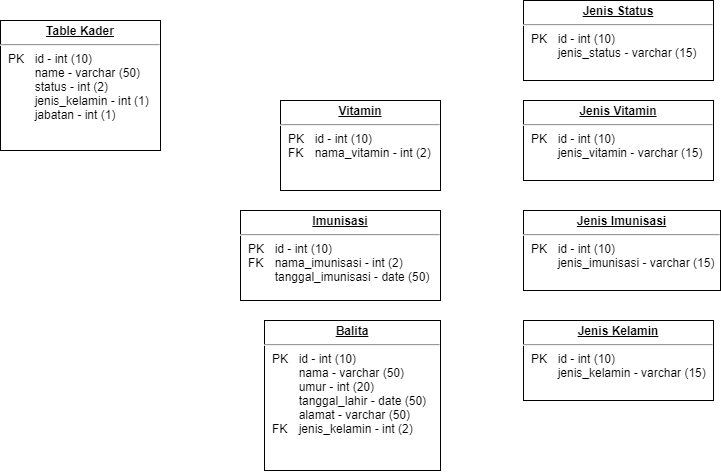
This is Untitled Diagram.png from danangsptro/SI_POSYANDU, a draw.io export, as it was before one commit. Source tidied: cells renumbered, new cells last; positions are measured from the earlier drawing's top-left corner, leaving out a move shared by most shapes.
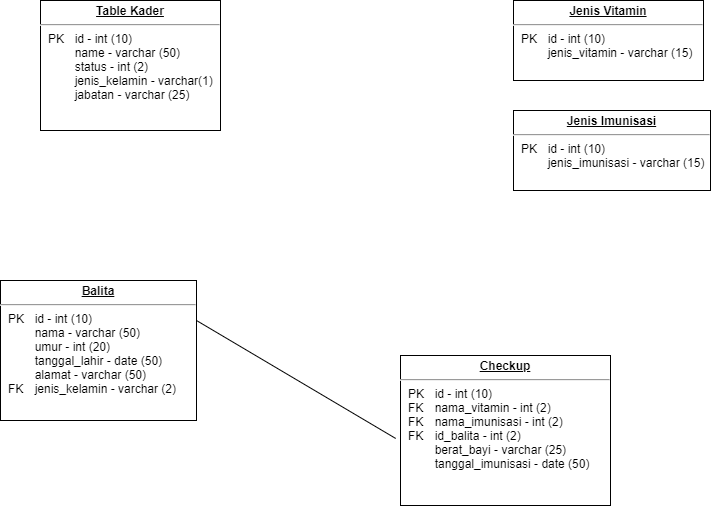
After the change.

Change to the diagram source:
```diff
@@ -2,29 +2,25 @@
   <root>
     <mxCell id="0" />
     <mxCell id="1" parent="0" />
-    <mxCell id="2" value="&lt;p style=&quot;margin: 0px ; margin-top: 4px ; text-align: center ; text-decoration: underline&quot;&gt;&lt;b&gt;Table Kader&lt;/b&gt;&lt;/p&gt;&lt;hr&gt;&lt;p style=&quot;margin: 0px ; margin-left: 8px&quot;&gt;PK&lt;span style=&quot;white-space: pre&quot;&gt;&#9;&lt;/span&gt;id - int (10)&lt;/p&gt;&lt;p style=&quot;margin: 0px ; margin-left: 8px&quot;&gt;&lt;span style=&quot;white-space: pre&quot;&gt;&#9;&lt;/span&gt;name - varchar (50)&lt;/p&gt;&lt;p style=&quot;margin: 0px ; margin-left: 8px&quot;&gt;&lt;span style=&quot;white-space: pre&quot;&gt;&#9;&lt;/span&gt;status - int (2)&lt;br&gt;&lt;/p&gt;&lt;p style=&quot;margin: 0px ; margin-left: 8px&quot;&gt;&lt;span style=&quot;white-space: pre&quot;&gt;&#9;&lt;/span&gt;jenis_kelamin - int (1)&lt;br&gt;&lt;/p&gt;&lt;p style=&quot;margin: 0px ; margin-left: 8px&quot;&gt;&lt;span style=&quot;white-space: pre&quot;&gt;&#9;&lt;/span&gt;jabatan - int (1)&lt;br&gt;&lt;/p&gt;&lt;p style=&quot;margin: 0px ; margin-left: 8px&quot;&gt;&lt;span style=&quot;white-space: pre&quot;&gt;&#9;&lt;/span&gt;&lt;br&gt;&lt;/p&gt;&lt;p style=&quot;margin: 0px ; margin-left: 8px&quot;&gt;&lt;span style=&quot;white-space: pre&quot;&gt;&#9;&lt;/span&gt;&lt;br&gt;&lt;/p&gt;" style="verticalAlign=top;align=left;overflow=fill;fontSize=12;fontFamily=Helvetica;html=1;" parent="1" vertex="1">
-      <mxGeometry y="20" width="160" height="130" as="geometry" />
+    <mxCell id="2" value="&lt;p style=&quot;margin: 0px ; margin-top: 4px ; text-align: center ; text-decoration: underline&quot;&gt;&lt;b&gt;Table Kader&lt;/b&gt;&lt;/p&gt;&lt;hr&gt;&lt;p style=&quot;margin: 0px ; margin-left: 8px&quot;&gt;PK&lt;span style=&quot;white-space: pre&quot;&gt;&#9;&lt;/span&gt;id - int (10)&lt;/p&gt;&lt;p style=&quot;margin: 0px ; margin-left: 8px&quot;&gt;&lt;span style=&quot;white-space: pre&quot;&gt;&#9;&lt;/span&gt;name - varchar (50)&lt;/p&gt;&lt;p style=&quot;margin: 0px ; margin-left: 8px&quot;&gt;&lt;span style=&quot;white-space: pre&quot;&gt;&#9;&lt;/span&gt;status - int (2)&lt;br&gt;&lt;/p&gt;&lt;p style=&quot;margin: 0px ; margin-left: 8px&quot;&gt;&lt;span style=&quot;white-space: pre&quot;&gt;&#9;&lt;/span&gt;jenis_kelamin - varchar(1)&lt;br&gt;&lt;/p&gt;&lt;p style=&quot;margin: 0px ; margin-left: 8px&quot;&gt;&lt;span style=&quot;white-space: pre&quot;&gt;&#9;&lt;/span&gt;jabatan - varchar (25)&lt;br&gt;&lt;/p&gt;&lt;p style=&quot;margin: 0px ; margin-left: 8px&quot;&gt;&lt;span style=&quot;white-space: pre&quot;&gt;&#9;&lt;/span&gt;&lt;br&gt;&lt;/p&gt;&lt;p style=&quot;margin: 0px ; margin-left: 8px&quot;&gt;&lt;span style=&quot;white-space: pre&quot;&gt;&#9;&lt;/span&gt;&lt;br&gt;&lt;/p&gt;" style="verticalAlign=top;align=left;overflow=fill;fontSize=12;fontFamily=Helvetica;html=1;" parent="1" vertex="1">
+      <mxGeometry x="50" y="100" width="180" height="130" as="geometry" />
     </mxCell>
-    <mxCell id="3" value="&lt;p style=&quot;margin: 0px ; margin-top: 4px ; text-align: center ; text-decoration: underline&quot;&gt;&lt;b&gt;Jenis Kelamin&lt;/b&gt;&lt;/p&gt;&lt;hr&gt;&lt;p style=&quot;margin: 0px ; margin-left: 8px&quot;&gt;PK&amp;nbsp;&lt;span style=&quot;white-space: pre&quot;&gt;&#9;&lt;/span&gt;id - int (10)&lt;br&gt;&lt;span style=&quot;white-space: pre&quot;&gt;&#9;&lt;/span&gt;jenis_kelamin - varchar (15)&lt;br&gt;&lt;/p&gt;" style="verticalAlign=top;align=left;overflow=fill;fontSize=12;fontFamily=Helvetica;html=1;" parent="1" vertex="1">
-      <mxGeometry x="523" y="320" width="190" height="80" as="geometry" />
-    </mxCell>
-    <mxCell id="4" value="&lt;p style=&quot;margin: 0px ; margin-top: 4px ; text-align: center ; text-decoration: underline&quot;&gt;&lt;b&gt;Balita&lt;/b&gt;&lt;/p&gt;&lt;hr&gt;&lt;p style=&quot;margin: 0px ; margin-left: 8px&quot;&gt;PK&lt;span style=&quot;white-space: pre&quot;&gt;&#9;&lt;/span&gt;id - int (10)&lt;br&gt;&lt;span style=&quot;white-space: pre&quot;&gt;&#9;&lt;/span&gt;nama - varchar (50)&lt;/p&gt;&lt;p style=&quot;margin: 0px ; margin-left: 8px&quot;&gt;&lt;span style=&quot;white-space: pre&quot;&gt;&#9;&lt;/span&gt;umur - int (20)&lt;/p&gt;&lt;p style=&quot;margin: 0px ; margin-left: 8px&quot;&gt;&lt;span style=&quot;white-space: pre&quot;&gt;&#9;&lt;/span&gt;tanggal_lahir - date (50)&lt;/p&gt;&lt;p style=&quot;margin: 0px ; margin-left: 8px&quot;&gt;&lt;span style=&quot;white-space: pre&quot;&gt;&#9;&lt;/span&gt;alamat - varchar (50)&lt;br&gt;FK&lt;span style=&quot;white-space: pre&quot;&gt;&#9;&lt;/span&gt;jenis_kelamin - int (2)&lt;br&gt;&lt;/p&gt;" style="verticalAlign=top;align=left;overflow=fill;fontSize=12;fontFamily=Helvetica;html=1;" parent="1" vertex="1">
-      <mxGeometry x="264" y="320" width="176" height="150" as="geometry" />
+    <mxCell id="4" value="&lt;p style=&quot;margin: 0px ; margin-top: 4px ; text-align: center ; text-decoration: underline&quot;&gt;&lt;b&gt;Balita&lt;/b&gt;&lt;/p&gt;&lt;hr&gt;&lt;p style=&quot;margin: 0px ; margin-left: 8px&quot;&gt;PK&lt;span style=&quot;white-space: pre&quot;&gt;&#9;&lt;/span&gt;id - int (10)&lt;br&gt;&lt;span style=&quot;white-space: pre&quot;&gt;&#9;&lt;/span&gt;nama - varchar (50)&lt;/p&gt;&lt;p style=&quot;margin: 0px ; margin-left: 8px&quot;&gt;&lt;span style=&quot;white-space: pre&quot;&gt;&#9;&lt;/span&gt;umur - int (20)&lt;/p&gt;&lt;p style=&quot;margin: 0px ; margin-left: 8px&quot;&gt;&lt;span style=&quot;white-space: pre&quot;&gt;&#9;&lt;/span&gt;tanggal_lahir - date (50)&lt;/p&gt;&lt;p style=&quot;margin: 0px ; margin-left: 8px&quot;&gt;&lt;span style=&quot;white-space: pre&quot;&gt;&#9;&lt;/span&gt;alamat - varchar (50)&lt;br&gt;FK&lt;span style=&quot;white-space: pre&quot;&gt;&#9;&lt;/span&gt;jenis_kelamin - varchar (2)&lt;br&gt;&lt;/p&gt;" style="verticalAlign=top;align=left;overflow=fill;fontSize=12;fontFamily=Helvetica;html=1;" parent="1" vertex="1">
+      <mxGeometry x="10" y="380" width="196" height="140" as="geometry" />
     </mxCell>
-    <mxCell id="5" value="&lt;p style=&quot;margin: 0px ; margin-top: 4px ; text-align: center ; text-decoration: underline&quot;&gt;&lt;b&gt;Vitamin&lt;/b&gt;&lt;/p&gt;&lt;hr&gt;&lt;p style=&quot;margin: 0px ; margin-left: 8px&quot;&gt;PK&lt;span style=&quot;white-space: pre&quot;&gt;&#9;&lt;/span&gt;id - int (10)&lt;/p&gt;&lt;p style=&quot;margin: 0px ; margin-left: 8px&quot;&gt;FK&lt;span style=&quot;white-space: pre&quot;&gt;&#9;&lt;/span&gt;nama_vitamin - int (2)&lt;br&gt;&lt;/p&gt;" style="verticalAlign=top;align=left;overflow=fill;fontSize=12;fontFamily=Helvetica;html=1;" parent="1" vertex="1">
-      <mxGeometry x="280" y="100" width="160" height="90" as="geometry" />
+    <mxCell id="5" value="&lt;p style=&quot;margin: 0px ; margin-top: 4px ; text-align: center ; text-decoration: underline&quot;&gt;&lt;b&gt;Checkup&lt;/b&gt;&lt;/p&gt;&lt;hr&gt;&lt;p style=&quot;margin: 0px ; margin-left: 8px&quot;&gt;PK&lt;span&gt;&#9;&lt;span style=&quot;white-space: pre&quot;&gt;&#9;&lt;/span&gt;&lt;/span&gt;id - int (10)&lt;/p&gt;&lt;p style=&quot;margin: 0px ; margin-left: 8px&quot;&gt;FK&lt;span&gt;&#9;&lt;span style=&quot;white-space: pre&quot;&gt;&#9;&lt;/span&gt;&lt;/span&gt;nama_vitamin - int (2)&lt;br&gt;&lt;/p&gt;&lt;p style=&quot;margin: 0px 0px 0px 8px&quot;&gt;FK&lt;span&gt;&#9;&lt;span style=&quot;white-space: pre&quot;&gt;&#9;&lt;/span&gt;&lt;/span&gt;nama_imunisasi - int (2)&lt;br&gt;&lt;/p&gt;&lt;p style=&quot;margin: 0px 0px 0px 8px&quot;&gt;FK &lt;span style=&quot;white-space: pre&quot;&gt;&#9;&lt;/span&gt;id_balita - int (2)&lt;/p&gt;&lt;p style=&quot;margin: 0px 0px 0px 8px&quot;&gt;&lt;span style=&quot;white-space: pre&quot;&gt;&#9;&lt;/span&gt;berat_bayi - varchar (25)&lt;br&gt;&lt;/p&gt;&lt;p style=&quot;margin: 0px 0px 0px 8px&quot;&gt;&amp;nbsp; &amp;nbsp; &amp;nbsp;&lt;span style=&quot;white-space: pre&quot;&gt;&#9;&lt;/span&gt;tanggal_imunisasi - date (50)&lt;/p&gt;&lt;p style=&quot;margin: 0px 0px 0px 8px&quot;&gt;&lt;span style=&quot;white-space: pre&quot;&gt;&#9;&lt;/span&gt;&lt;br&gt;&lt;/p&gt;" style="verticalAlign=top;align=left;overflow=fill;fontSize=12;fontFamily=Helvetica;html=1;" parent="1" vertex="1">
+      <mxGeometry x="410" y="455" width="210" height="150" as="geometry" />
     </mxCell>
     <mxCell id="6" value="&lt;p style=&quot;margin: 0px ; margin-top: 4px ; text-align: center ; text-decoration: underline&quot;&gt;&lt;b&gt;Jenis Vitamin&lt;/b&gt;&lt;/p&gt;&lt;hr&gt;&lt;p style=&quot;margin: 0px ; margin-left: 8px&quot;&gt;PK&amp;nbsp;&lt;span style=&quot;white-space: pre&quot;&gt;&#9;&lt;/span&gt;id - int (10)&lt;/p&gt;&lt;p style=&quot;margin: 0px ; margin-left: 8px&quot;&gt;&lt;span style=&quot;white-space: pre&quot;&gt;&#9;&lt;/span&gt;jenis_vitamin - varchar (15)&lt;br&gt;&lt;/p&gt;" style="verticalAlign=top;align=left;overflow=fill;fontSize=12;fontFamily=Helvetica;html=1;" parent="1" vertex="1">
       <mxGeometry x="523" y="100" width="190" height="80" as="geometry" />
     </mxCell>
-    <mxCell id="7" value="&lt;p style=&quot;margin: 0px ; margin-top: 4px ; text-align: center ; text-decoration: underline&quot;&gt;&lt;b&gt;Imunisasi&lt;/b&gt;&lt;/p&gt;&lt;hr&gt;&lt;p style=&quot;margin: 0px ; margin-left: 8px&quot;&gt;PK&lt;span style=&quot;white-space: pre&quot;&gt;&#9;&lt;/span&gt;id - int (10)&lt;/p&gt;&lt;p style=&quot;margin: 0px ; margin-left: 8px&quot;&gt;FK&lt;span style=&quot;white-space: pre&quot;&gt;&#9;&lt;/span&gt;nama_imunisasi - int (2)&lt;br&gt;&lt;/p&gt;&lt;p style=&quot;margin: 0px ; margin-left: 8px&quot;&gt;&lt;span style=&quot;white-space: pre&quot;&gt;&#9;&lt;/span&gt;tanggal_imunisasi - date (50)&lt;br&gt;&lt;/p&gt;" style="verticalAlign=top;align=left;overflow=fill;fontSize=12;fontFamily=Helvetica;html=1;" parent="1" vertex="1">
-      <mxGeometry x="240" y="210" width="200" height="90" as="geometry" />
-    </mxCell>
     <mxCell id="8" value="&lt;p style=&quot;margin: 0px ; margin-top: 4px ; text-align: center ; text-decoration: underline&quot;&gt;&lt;b&gt;Jenis Imunisasi&lt;/b&gt;&lt;/p&gt;&lt;hr&gt;&lt;p style=&quot;margin: 0px ; margin-left: 8px&quot;&gt;PK&amp;nbsp;&lt;span style=&quot;white-space: pre&quot;&gt;&#9;&lt;/span&gt;id - int (10)&lt;br&gt;&lt;span style=&quot;white-space: pre&quot;&gt;&#9;&lt;/span&gt;jenis_imunisasi - varchar (15)&lt;br&gt;&lt;/p&gt;" style="verticalAlign=top;align=left;overflow=fill;fontSize=12;fontFamily=Helvetica;html=1;" parent="1" vertex="1">
       <mxGeometry x="523" y="210" width="197" height="80" as="geometry" />
     </mxCell>
-    <mxCell id="9" value="&lt;p style=&quot;margin: 0px ; margin-top: 4px ; text-align: center ; text-decoration: underline&quot;&gt;&lt;b&gt;Jenis Status&lt;/b&gt;&lt;/p&gt;&lt;hr&gt;&lt;p style=&quot;margin: 0px ; margin-left: 8px&quot;&gt;PK&amp;nbsp;&lt;span style=&quot;white-space: pre&quot;&gt;&#9;&lt;/span&gt;id - int (10)&lt;br&gt;&lt;span style=&quot;white-space: pre&quot;&gt;&#9;&lt;/span&gt;jenis_status - varchar (15)&lt;br&gt;&lt;/p&gt;" style="verticalAlign=top;align=left;overflow=fill;fontSize=12;fontFamily=Helvetica;html=1;" parent="1" vertex="1">
-      <mxGeometry x="523" width="190" height="80" as="geometry" />
-    </mxCell>
+    <mxCell id="10" style="endArrow=none;html=1;entryX=-0.023;entryY=0.553;entryDx=0;entryDy=0;entryPerimeter=0;" parent="1" edge="1" target="5">
+      <mxGeometry relative="1" as="geometry">
+        <mxPoint x="206" y="420" as="sourcePoint" />
+      </mxGeometry>
+    </mxCell>
   </root>
 </mxGraphModel>
```
